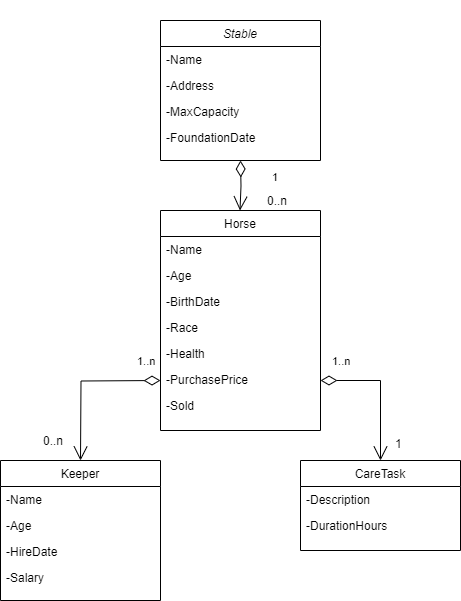
This is docs/stable.models.png from wzzzzwwzw/apaw-practice, a draw.io export, as it was before one commit. Source tidied: cells renumbered, new cells last; positions are measured from the earlier drawing's top-left corner, leaving out a move shared by most shapes.
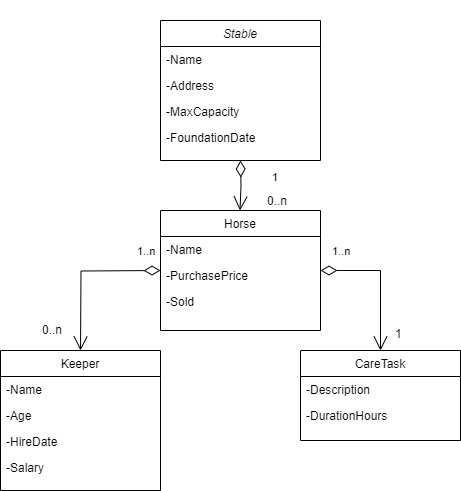
The same file after the commit.

Commit message:
Modify stable model #461

The edit, as a diff of the source:
```diff
@@ -18,7 +18,7 @@
       <mxGeometry y="104" width="160" height="26" as="geometry" />
     </mxCell>
     <mxCell id="7" value="Keeper" style="swimlane;fontStyle=0;align=center;verticalAlign=top;horizontal=1;startSize=26;rounded=0;shadow=0;strokeWidth=1;" parent="1" vertex="1">
-      <mxGeometry y="460" width="160" height="140" as="geometry" />
+      <mxGeometry y="350" width="160" height="140" as="geometry" />
     </mxCell>
     <mxCell id="8" value="-Name" style="text;align=left;verticalAlign=top;spacingLeft=4;spacingRight=4;overflow=hidden;" parent="7" vertex="1">
       <mxGeometry y="26" width="160" height="26" as="geometry" />
@@ -33,7 +33,7 @@
       <mxGeometry y="104" width="160" height="26" as="geometry" />
     </mxCell>
     <mxCell id="12" value="CareTask" style="swimlane;fontStyle=0;align=center;verticalAlign=top;horizontal=1;startSize=26;rounded=0;shadow=0;strokeWidth=1;" parent="1" vertex="1">
-      <mxGeometry x="300" y="460" width="160" height="90" as="geometry" />
+      <mxGeometry x="300" y="350" width="160" height="90" as="geometry" />
     </mxCell>
     <mxCell id="13" value="-Description" style="text;align=left;verticalAlign=top;spacingLeft=4;spacingRight=4;overflow=hidden;" parent="12" vertex="1">
       <mxGeometry y="26" width="160" height="26" as="geometry" />
@@ -42,36 +42,24 @@
       <mxGeometry y="52" width="160" height="26" as="geometry" />
     </mxCell>
     <mxCell id="15" value="Horse" style="swimlane;fontStyle=0;align=center;verticalAlign=top;horizontal=1;startSize=26;rounded=0;shadow=0;strokeWidth=1;" parent="1" vertex="1">
-      <mxGeometry x="160" y="210" width="160" height="220" as="geometry" />
+      <mxGeometry x="160" y="210" width="160" height="120" as="geometry" />
     </mxCell>
     <mxCell id="16" value="-Name" style="text;align=left;verticalAlign=top;spacingLeft=4;spacingRight=4;overflow=hidden;" parent="15" vertex="1">
       <mxGeometry y="26" width="160" height="26" as="geometry" />
     </mxCell>
-    <mxCell id="17" value="-Age" style="text;align=left;verticalAlign=top;spacingLeft=4;spacingRight=4;overflow=hidden;rounded=0;shadow=0;html=0;" parent="15" vertex="1">
-      <mxGeometry y="52" width="160" height="26" as="geometry" />
-    </mxCell>
-    <mxCell id="18" value="-BirthDate" style="text;align=left;verticalAlign=top;spacingLeft=4;spacingRight=4;overflow=hidden;rounded=0;shadow=0;html=0;" parent="15" vertex="1">
-      <mxGeometry y="78" width="160" height="26" as="geometry" />
-    </mxCell>
-    <mxCell id="19" value="-Race" style="text;align=left;verticalAlign=top;spacingLeft=4;spacingRight=4;overflow=hidden;rounded=0;shadow=0;html=0;" parent="15" vertex="1">
-      <mxGeometry y="104" width="160" height="26" as="geometry" />
-    </mxCell>
-    <mxCell id="20" value="-Health" style="text;align=left;verticalAlign=top;spacingLeft=4;spacingRight=4;overflow=hidden;rounded=0;shadow=0;html=0;" parent="15" vertex="1">
-      <mxGeometry y="130" width="160" height="26" as="geometry" />
-    </mxCell>
     <mxCell id="21" value="-PurchasePrice" style="text;align=left;verticalAlign=top;spacingLeft=4;spacingRight=4;overflow=hidden;rounded=0;shadow=0;html=0;" parent="15" vertex="1">
-      <mxGeometry y="156" width="160" height="26" as="geometry" />
+      <mxGeometry y="52" width="160" height="26" as="geometry" />
     </mxCell>
     <mxCell id="22" value="-Sold" style="text;align=left;verticalAlign=top;spacingLeft=4;spacingRight=4;overflow=hidden;rounded=0;shadow=0;html=0;" parent="15" vertex="1">
-      <mxGeometry y="182" width="160" height="26" as="geometry" />
+      <mxGeometry y="78" width="160" height="26" as="geometry" />
     </mxCell>
     <mxCell id="23" value="0..n" style="align=left;verticalAlign=bottom;labelBackgroundColor=none;fontSize=12;" parent="1" vertex="1">
-      <mxGeometry x="10" y="220" as="geometry">
-        <mxPoint x="31" y="229" as="offset" />
+      <mxGeometry x="10" y="240" as="geometry">
+        <mxPoint x="30" y="98" as="offset" />
       </mxGeometry>
     </mxCell>
     <mxCell id="24" value="1" style="align=left;verticalAlign=bottom;labelBackgroundColor=none;fontSize=12;" parent="1" vertex="1">
-      <mxGeometry x="110" y="480" as="geometry">
+      <mxGeometry x="110" y="370" as="geometry">
         <mxPoint x="283" y="-28" as="offset" />
       </mxGeometry>
     </mxCell>
@@ -82,16 +70,16 @@
     </mxCell>
     <mxCell id="26" value="1..n" style="endArrow=open;html=1;endSize=12;startArrow=diamondThin;startSize=14;startFill=0;edgeStyle=orthogonalEdgeStyle;align=left;verticalAlign=bottom;rounded=0;" parent="1" edge="1">
       <mxGeometry x="-0.68" y="-10" relative="1" as="geometry">
-        <mxPoint x="160" y="380" as="sourcePoint" />
-        <mxPoint x="80" y="460" as="targetPoint" />
+        <mxPoint x="160" y="270" as="sourcePoint" />
+        <mxPoint x="80" y="350" as="targetPoint" />
       </mxGeometry>
     </mxCell>
     <mxCell id="27" value="1..n" style="endArrow=open;html=1;endSize=12;startArrow=diamondThin;startSize=14;startFill=0;edgeStyle=orthogonalEdgeStyle;align=left;verticalAlign=bottom;rounded=0;" parent="1" edge="1">
       <mxGeometry x="-0.86" y="10" relative="1" as="geometry">
-        <mxPoint x="320" y="380" as="sourcePoint" />
-        <mxPoint x="380" y="460" as="targetPoint" />
+        <mxPoint x="320" y="270" as="sourcePoint" />
+        <mxPoint x="380" y="350" as="targetPoint" />
         <Array as="points">
-          <mxPoint x="380" y="380" />
+          <mxPoint x="380" y="270" />
         </Array>
       </mxGeometry>
     </mxCell>
```
